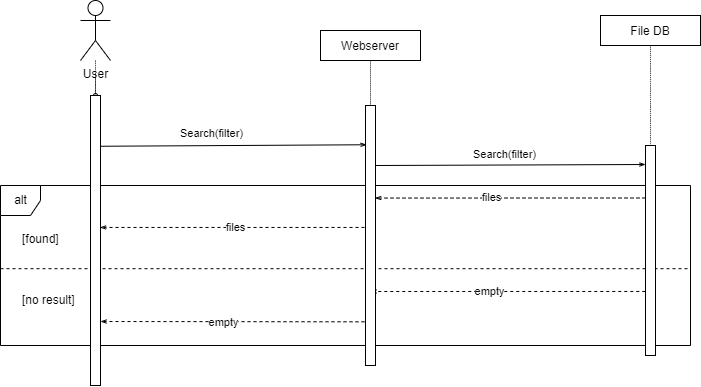
rittakos/CreaTeam-ComputerSecurity keeps this draw.io diagram as Diagrams/sequence/search.png. Above is the earlier version. Source tidied: cells renumbered, new cells last; positions are measured from the earlier drawing's top-left corner, leaving out a move shared by most shapes.
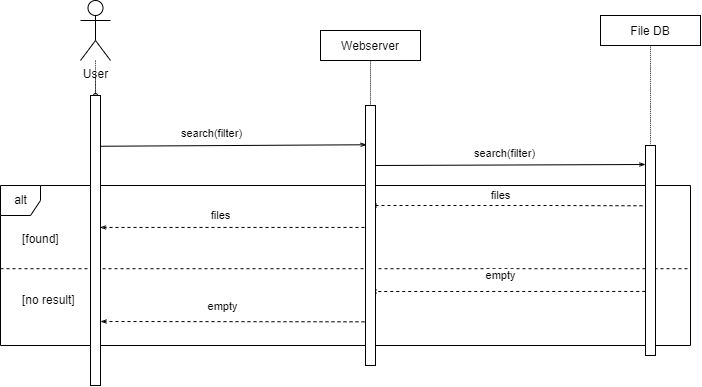
After the change.

What changed in the source:
```diff
@@ -30,11 +30,18 @@
     <mxCell id="9" style="html=1;verticalAlign=bottom;startArrow=none;endArrow=none;dashed=1;rounded=0;dashPattern=1 1;endSize=4;curved=1;" parent="1" edge="1" source="14" target="8">
       <mxGeometry relative="1" as="geometry" />
     </mxCell>
-    <mxCell id="10" style="edgeStyle=none;rounded=0;jettySize=auto;html=1;exitX=0;exitY=0.25;exitDx=0;exitDy=0;entryX=0.961;entryY=0.356;entryDx=0;entryDy=0;entryPerimeter=0;endArrow=openThin;endFill=0;endSize=4;dashed=1;" parent="1" edge="1" source="14" target="22">
-      <mxGeometry relative="1" as="geometry" />
+    <mxCell id="10" style="edgeStyle=none;rounded=0;jettySize=auto;html=1;exitX=-0.303;exitY=0.287;exitDx=0;exitDy=0;endArrow=openThin;endFill=0;endSize=4;dashed=1;exitPerimeter=0;" parent="1" edge="1" source="14">
+      <mxGeometry relative="1" as="geometry">
+        <mxPoint x="370" y="205" as="targetPoint" />
+        <Array as="points">
+          <mxPoint x="540" y="205" />
+        </Array>
+      </mxGeometry>
     </mxCell>
     <mxCell id="11" value="files" style="edgeLabel;html=1;align=center;verticalAlign=middle;" parent="10" vertex="1">
-      <mxGeometry x="0.14" y="-1" relative="1" as="geometry" />
+      <mxGeometry x="0.14" y="-1" relative="1" as="geometry">
+        <mxPoint x="13" y="-9" as="offset" />
+      </mxGeometry>
     </mxCell>
     <mxCell id="12" style="edgeStyle=none;rounded=0;jettySize=auto;html=1;exitX=-0.022;exitY=0.695;exitDx=0;exitDy=0;endArrow=openThin;endFill=0;endSize=4;exitPerimeter=0;dashed=1;" parent="1" edge="1" source="14">
       <mxGeometry relative="1" as="geometry">
@@ -42,7 +49,9 @@
       </mxGeometry>
     </mxCell>
     <mxCell id="13" value="empty" style="edgeLabel;html=1;align=center;verticalAlign=middle;" parent="12" vertex="1">
-      <mxGeometry x="0.13" relative="1" as="geometry" />
+      <mxGeometry x="0.13" relative="1" as="geometry">
+        <mxPoint x="11" y="-16" as="offset" />
+      </mxGeometry>
     </mxCell>
     <mxCell id="14" style="rounded=0;dashed=0;" parent="1" vertex="1">
       <mxGeometry x="645" y="145" width="10" height="210" as="geometry" />
@@ -65,7 +74,7 @@
       </mxGeometry>
     </mxCell>
     <mxCell id="19" value="files" style="edgeStyle=none;rounded=0;jettySize=auto;html=1;entryX=0.952;entryY=0.455;entryDx=0;entryDy=0;entryPerimeter=0;endArrow=openThin;endFill=0;endSize=4;exitX=0.5;exitY=0.469;exitDx=0;exitDy=0;exitPerimeter=0;dashed=1;" parent="1" edge="1" source="22" target="27">
-      <mxGeometry relative="1" as="geometry" />
+      <mxGeometry x="0.11" y="-12" relative="1" as="geometry" />
     </mxCell>
     <mxCell id="20" style="edgeStyle=none;rounded=0;jettySize=auto;html=1;endArrow=openThin;endFill=0;endSize=4;exitX=0.5;exitY=0.832;exitDx=0;exitDy=0;exitPerimeter=0;dashed=1;" parent="1" edge="1" source="22">
       <mxGeometry relative="1" as="geometry">
@@ -73,7 +82,9 @@
       </mxGeometry>
     </mxCell>
     <mxCell id="21" value="empty" style="edgeLabel;html=1;align=center;verticalAlign=middle;" parent="20" vertex="1">
-      <mxGeometry x="0.1" relative="1" as="geometry" />
+      <mxGeometry x="0.1" relative="1" as="geometry">
+        <mxPoint y="-16" as="offset" />
+      </mxGeometry>
     </mxCell>
     <mxCell id="22" style="rounded=0;dashed=0;" parent="1" vertex="1">
       <mxGeometry x="365" y="105" width="10" height="260" as="geometry" />
@@ -91,7 +102,7 @@
     <mxCell id="25" style="rounded=0;jettySize=auto;html=1;exitX=1.022;exitY=0.175;exitDx=0;exitDy=0;endArrow=openThin;endFill=0;endSize=4;exitPerimeter=0;entryX=0.118;entryY=0.151;entryDx=0;entryDy=0;entryPerimeter=0;" parent="1" edge="1" source="27" target="22">
       <mxGeometry relative="1" as="geometry" />
     </mxCell>
-    <mxCell id="26" value="Search(filter)" style="edgeLabel;html=1;align=center;verticalAlign=middle;" parent="25" vertex="1">
+    <mxCell id="26" value="search(filter)" style="edgeLabel;html=1;align=center;verticalAlign=middle;" parent="25" vertex="1">
       <mxGeometry x="-0.12" y="-1" relative="1" as="geometry">
         <mxPoint x="-7" y="-14" as="offset" />
       </mxGeometry>
@@ -99,7 +110,7 @@
     <mxCell id="27" style="rounded=0;dashed=0;" parent="1" vertex="1">
       <mxGeometry x="90" y="95" width="10" height="290" as="geometry" />
     </mxCell>
-    <mxCell id="28" value="Search(filter)" style="edgeLabel;html=1;align=center;verticalAlign=middle;" parent="1" vertex="1">
+    <mxCell id="28" value="search(filter)" style="edgeLabel;html=1;align=center;verticalAlign=middle;" parent="1" vertex="1">
       <mxGeometry x="500" y="145" as="geometry">
         <mxPoint x="4" y="8" as="offset" />
       </mxGeometry>
```
